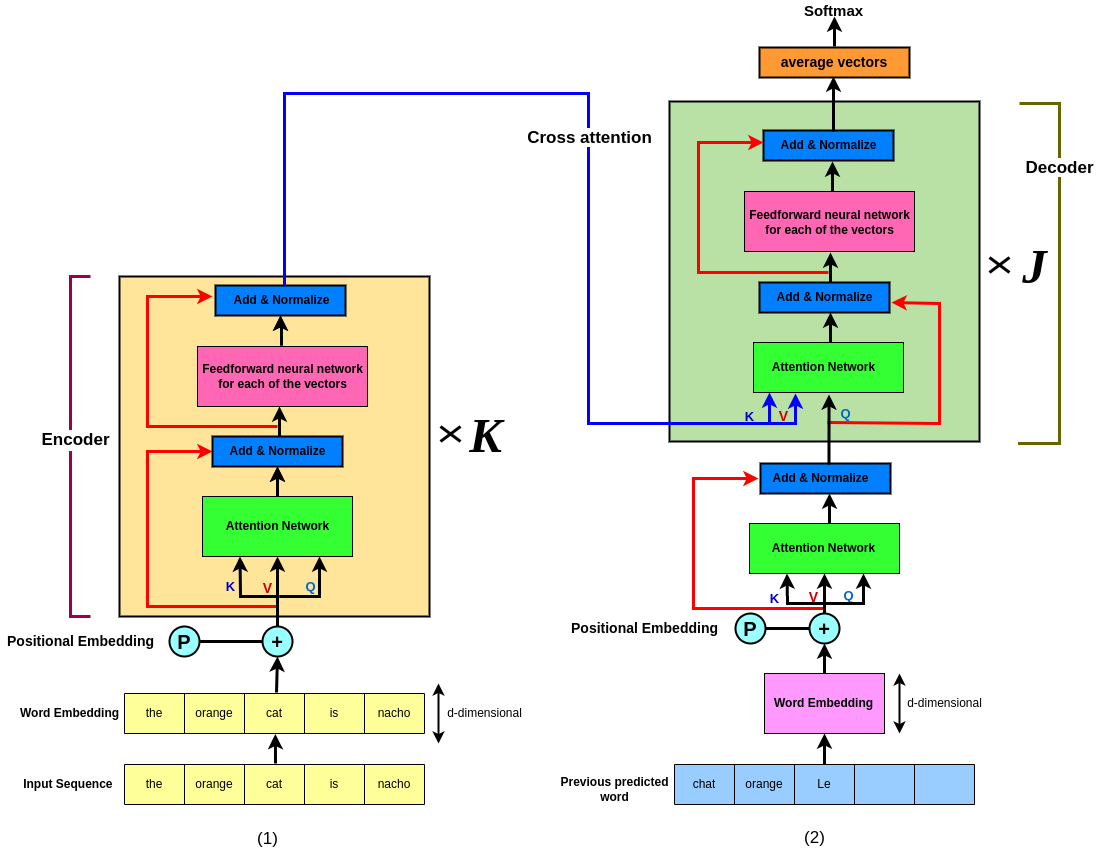
This is img/seq2.png from shirinyamani/transformer-network, a draw.io export, as it was before one commit. Source tidied: cells renumbered, new cells last; positions are measured from the earlier drawing's top-left corner, leaving out a move shared by most shapes.
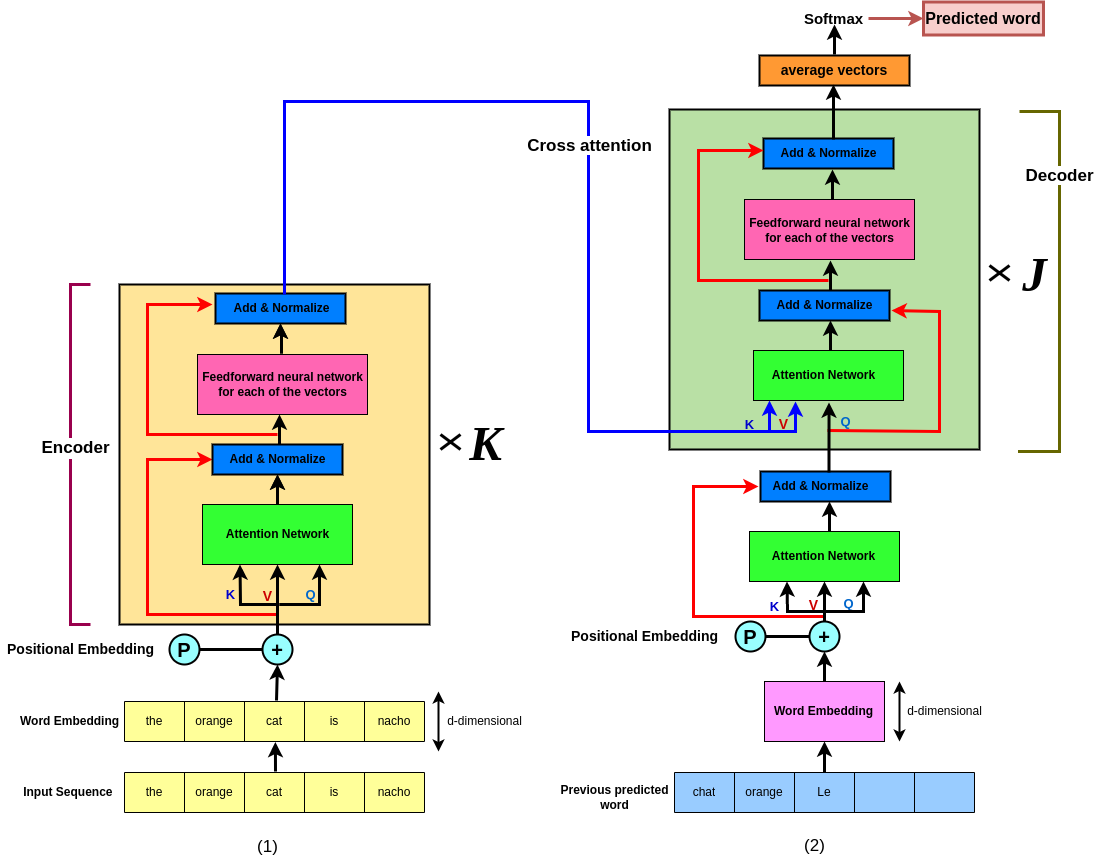
The same diagram one commit later.

Commit message:
decoder interpretation

Change to the diagram source:
```diff
@@ -260,6 +260,9 @@
         <mxPoint x="834" y="16" as="targetPoint" />
       </mxGeometry>
     </mxCell>
+    <mxCell id="120" style="edgeStyle=orthogonalEdgeStyle;rounded=0;jettySize=auto;html=1;fontSize=16;fontColor=#000000;strokeColor=#b85450;strokeWidth=3;fillColor=#f8cecc;" parent="1" edge="1" source="63" target="121">
+      <mxGeometry relative="1" as="geometry" />
+    </mxCell>
     <mxCell id="63" value="&lt;b&gt;&lt;font style=&quot;font-size: 15px&quot;&gt;Softmax&lt;/font&gt;&lt;/b&gt;" style="text;html=1;align=center;verticalAlign=middle;points=[];strokeColor=none;fillColor=none;fontSize=14;fontColor=#000000;" parent="1" vertex="1">
       <mxGeometry x="798" width="70" height="20" as="geometry" />
     </mxCell>
@@ -503,5 +506,8 @@
     <mxCell id="119" value="&lt;b style=&quot;background-color: rgb(255 , 255 , 255)&quot;&gt;Cross attention&lt;/b&gt;" style="text;html=1;align=center;verticalAlign=middle;strokeColor=none;fillColor=none;fontSize=17;fontColor=#000000;" parent="1" vertex="1">
       <mxGeometry x="519" y="123" width="140" height="30" as="geometry" />
     </mxCell>
+    <mxCell id="121" value="&lt;b&gt;Predicted word&lt;/b&gt;" style="whiteSpace=wrap;html=1;labelBackgroundColor=none;fontSize=16;strokeColor=#b85450;strokeWidth=3;fillColor=#f8cecc;" parent="1" vertex="1">
+      <mxGeometry x="923" y="-6.5" width="120" height="33" as="geometry" />
+    </mxCell>
   </root>
 </mxGraphModel>
```
